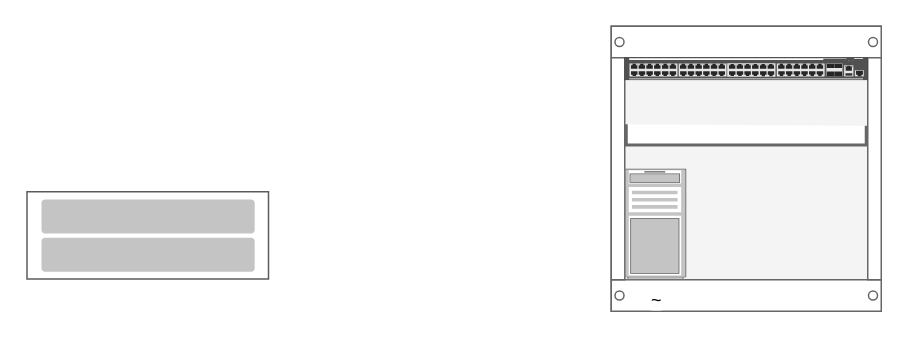
Before: Untitled Diagram.drawio in Slavik-Kek/Rack, a draw.io diagram. Source tidied: cells renumbered, new cells numbered last; positions are measured from the earlier drawing's top-left corner, leaving out a move shared by most shapes. Both pictures are drawn from the tidied source at 150%, with x=0, y=0 at pixel (26, 26).
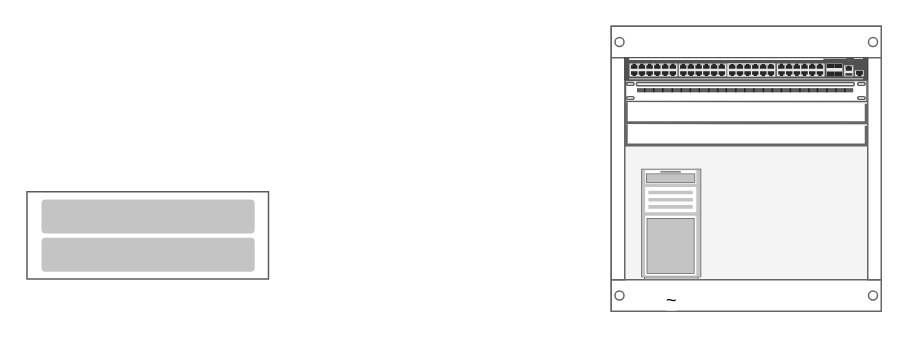
The same page after the edit.

Change to the diagram source:
```diff
@@
 <mxGraphModel>
   <root>
     <mxCell id="0" />
     <mxCell id="1" parent="0" />
     <mxCell id="2" style="strokeColor=#666666;html=1;verticalLabelPosition=bottom;labelBackgroundColor=#ffffff;verticalAlign=top;shadow=0;dashed=0;shape=mxgraph.rackGeneral.rackCabinet3;rackUnitSize=14.8;fillColor2=#f4f4f4;allowGaps=1;textColor=#666666;numDisp=off;" parent="1" vertex="1">
       <mxGeometry x="390" width="180" height="190" as="geometry" />
     </mxCell>
     <mxCell id="3" style="html=1;verticalLabelPosition=bottom;verticalAlign=top;shadow=0;dashed=0;shape=mxgraph.rack.hpe_aruba.switches.jl321a_aruba_2930m_48g_1_slot_switch;" parent="2" vertex="1">
       <mxGeometry x="9" y="21" width="162" height="14.8" as="geometry" />
     </mxCell>
+    <mxCell id="7" style="strokeColor=#666666;html=1;labelPosition=right;align=left;spacingLeft=15;shadow=0;dashed=0;shape=mxgraph.rack.general.cat5e_rack_mount_patch_panel_24_ports;" parent="2" vertex="1">
+      <mxGeometry x="9" y="35.8" width="162" height="14.8" as="geometry" />
+    </mxCell>
     <mxCell id="4" style="strokeColor=#666666;html=1;labelPosition=right;align=left;spacingLeft=15;shadow=0;dashed=0;shape=mxgraph.rackGeneral.shelf;" parent="2" vertex="1">
-      <mxGeometry x="9" y="65.4" width="162" height="14.8" as="geometry" />
+      <mxGeometry x="9" y="50.6" width="162" height="14.8" as="geometry" />
     </mxCell>
+    <mxCell id="8" style="strokeColor=#666666;html=1;labelPosition=right;align=left;spacingLeft=15;shadow=0;dashed=0;shape=mxgraph.rackGeneral.shelf;" parent="2" vertex="1">
+      <mxGeometry x="9" y="65.4" width="162" height="14.8" as="geometry" />
+    </mxCell>
     <mxCell id="5" style="shape=mxgraph.rack.oracle.sunfire_x4500;html=1;labelPosition=right;align=left;spacingLeft=15;dashed=0;shadow=0;fillColor=#ffffff;" parent="1" vertex="1">
       <mxGeometry y="109.8" width="162" height="59.2" as="geometry" />
     </mxCell>
     <mxCell id="6" value="~" style="strokeColor=#666666;html=1;verticalLabelPosition=bottom;labelBackgroundColor=#ffffff;verticalAlign=top;shadow=0;dashed=0;shape=mxgraph.rack.general.server_1;" parent="1" vertex="1">
-      <mxGeometry x="399" y="95" width="41" height="74" as="geometry" />
+      <mxGeometry x="410" y="95" width="40" height="74" as="geometry" />
     </mxCell>
   </root>
 </mxGraphModel>
```
